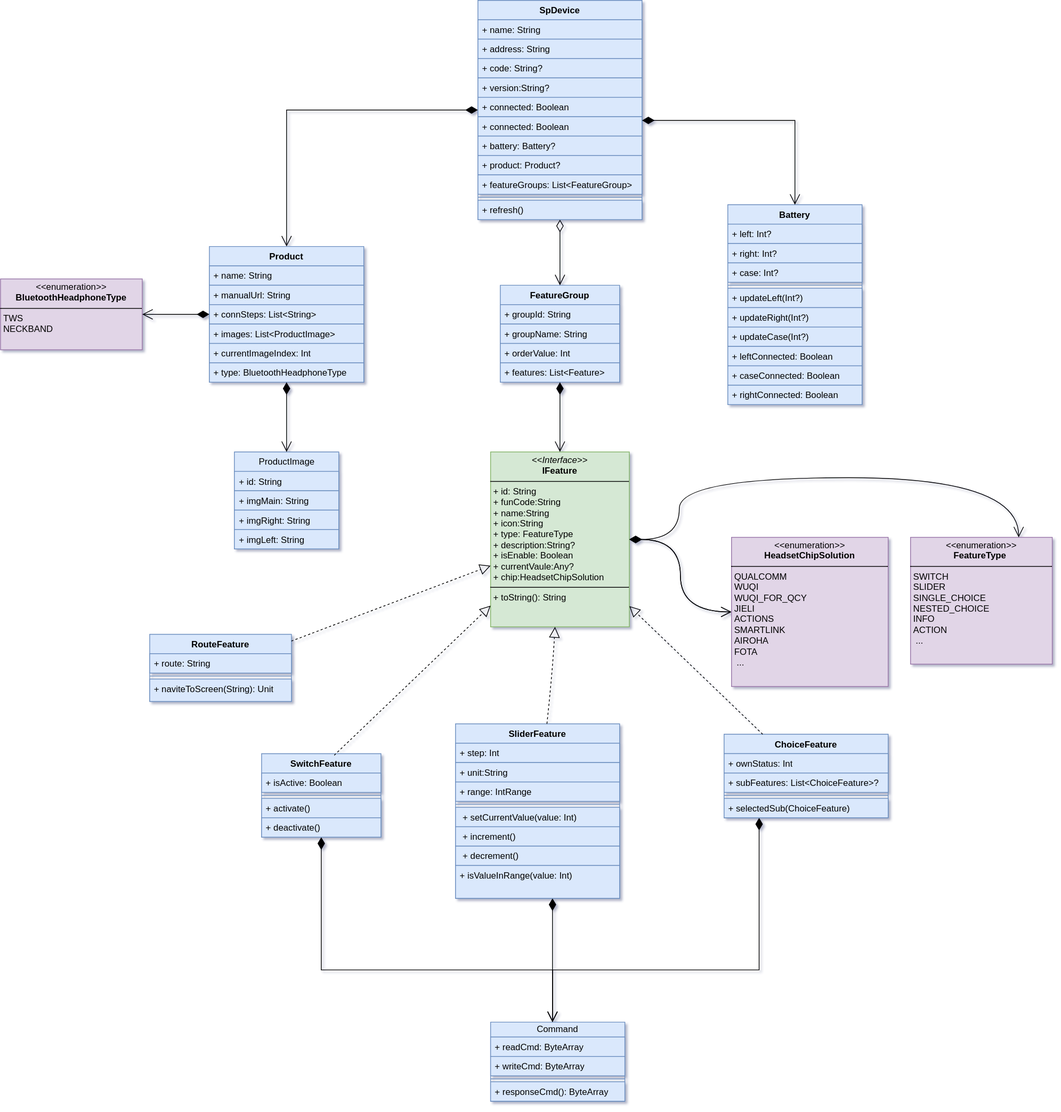
This is sp-device.drawio.svg from kekemao00/draw-libs, a draw.io export, as it was before one commit. Source tidied: cells renumbered, new cells last; positions are measured from the earlier drawing's top-left corner, leaving out a move shared by most shapes.
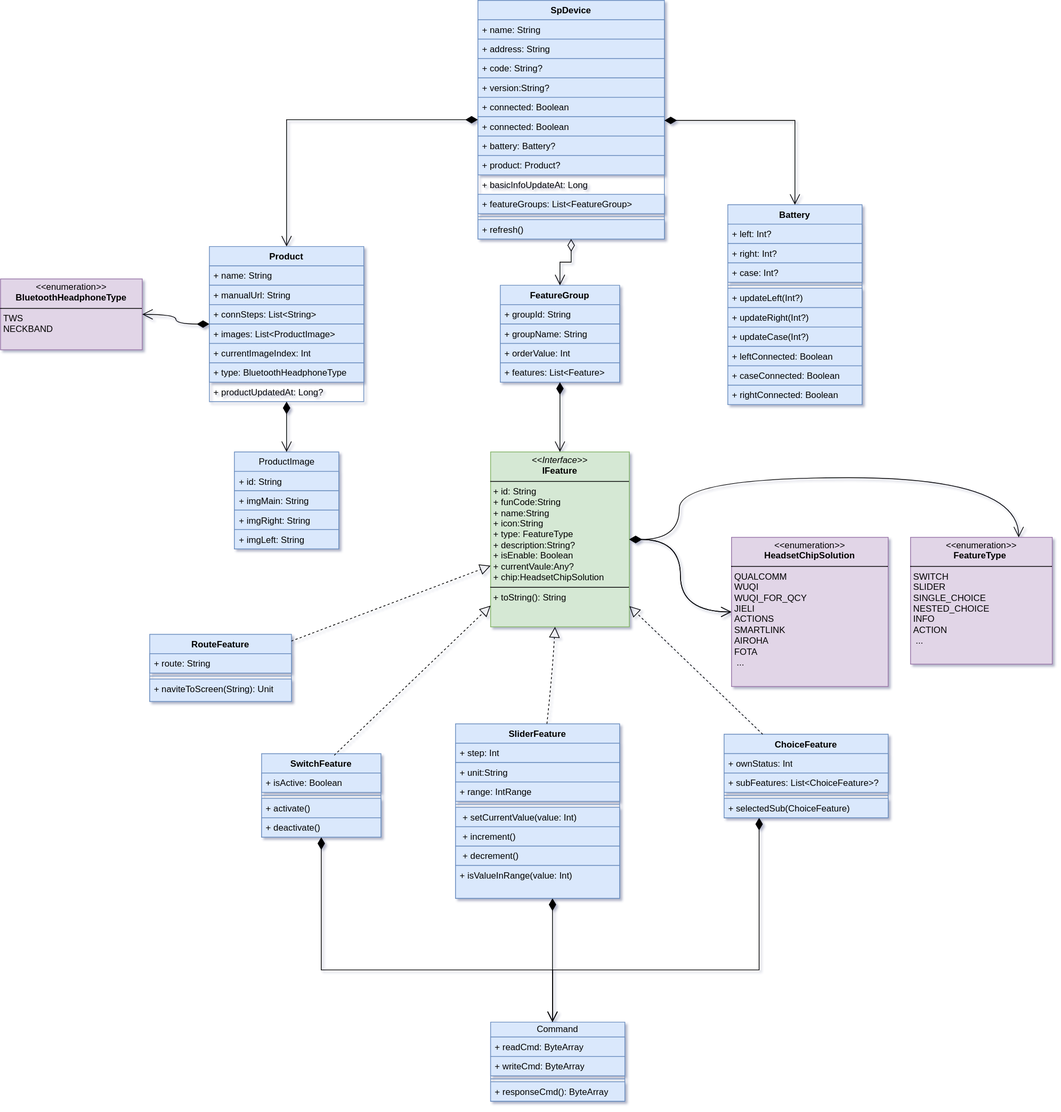
Later version of the same file.

Change to the diagram source:
```diff
@@ -3,40 +3,43 @@
     <mxCell id="0" />
     <mxCell id="1" parent="0" />
     <mxCell id="2" value="SpDevice" style="swimlane;fontStyle=1;align=center;verticalAlign=top;horizontal=1;startSize=26;whiteSpace=wrap;html=1;labelBackgroundColor=none;rounded=0;fillColor=#dae8fc;strokeColor=#6c8ebf;" parent="1" vertex="1">
-      <mxGeometry x="640" width="220" height="294" as="geometry" />
+      <mxGeometry x="640" width="250" height="320" as="geometry" />
     </mxCell>
     <mxCell id="3" value="+ name: String" style="text;align=left;verticalAlign=top;spacingLeft=4;spacingRight=4;overflow=hidden;whiteSpace=wrap;html=1;labelBackgroundColor=none;rounded=0;fillColor=#dae8fc;strokeColor=#6c8ebf;" parent="2" vertex="1">
-      <mxGeometry y="26" width="220" height="26" as="geometry" />
+      <mxGeometry y="26" width="250" height="26" as="geometry" />
     </mxCell>
     <mxCell id="4" value="+ address: String" style="text;align=left;verticalAlign=top;spacingLeft=4;spacingRight=4;overflow=hidden;whiteSpace=wrap;html=1;labelBackgroundColor=none;rounded=0;fillColor=#dae8fc;strokeColor=#6c8ebf;" parent="2" vertex="1">
-      <mxGeometry y="52" width="220" height="26" as="geometry" />
+      <mxGeometry y="52" width="250" height="26" as="geometry" />
     </mxCell>
     <mxCell id="5" value="+ code: String?" style="text;align=left;verticalAlign=top;spacingLeft=4;spacingRight=4;overflow=hidden;whiteSpace=wrap;html=1;labelBackgroundColor=none;rounded=0;fillColor=#dae8fc;strokeColor=#6c8ebf;" parent="2" vertex="1">
-      <mxGeometry y="78" width="220" height="26" as="geometry" />
+      <mxGeometry y="78" width="250" height="26" as="geometry" />
     </mxCell>
     <mxCell id="6" value="+ version:String?" style="text;align=left;verticalAlign=top;spacingLeft=4;spacingRight=4;overflow=hidden;whiteSpace=wrap;html=1;labelBackgroundColor=none;rounded=0;fillColor=#dae8fc;strokeColor=#6c8ebf;" parent="2" vertex="1">
-      <mxGeometry y="104" width="220" height="26" as="geometry" />
+      <mxGeometry y="104" width="250" height="26" as="geometry" />
     </mxCell>
     <mxCell id="7" value="+ connected: Boolean" style="text;align=left;verticalAlign=top;spacingLeft=4;spacingRight=4;overflow=hidden;whiteSpace=wrap;html=1;labelBackgroundColor=none;rounded=0;fillColor=#dae8fc;strokeColor=#6c8ebf;" parent="2" vertex="1">
-      <mxGeometry y="130" width="220" height="26" as="geometry" />
+      <mxGeometry y="130" width="250" height="26" as="geometry" />
     </mxCell>
     <mxCell id="8" value="+ connected: Boolean" style="text;align=left;verticalAlign=top;spacingLeft=4;spacingRight=4;overflow=hidden;whiteSpace=wrap;html=1;labelBackgroundColor=none;rounded=0;fillColor=#dae8fc;strokeColor=#6c8ebf;" parent="2" vertex="1">
-      <mxGeometry y="156" width="220" height="26" as="geometry" />
+      <mxGeometry y="156" width="250" height="26" as="geometry" />
     </mxCell>
     <mxCell id="9" value="+ battery: Battery?&lt;div&gt;&lt;br&gt;&lt;/div&gt;" style="text;align=left;verticalAlign=top;spacingLeft=4;spacingRight=4;overflow=hidden;whiteSpace=wrap;html=1;labelBackgroundColor=none;rounded=0;fillColor=#dae8fc;strokeColor=#6c8ebf;" parent="2" vertex="1">
-      <mxGeometry y="182" width="220" height="26" as="geometry" />
+      <mxGeometry y="182" width="250" height="26" as="geometry" />
     </mxCell>
     <mxCell id="10" value="+ product: Product?" style="text;align=left;verticalAlign=top;spacingLeft=4;spacingRight=4;overflow=hidden;whiteSpace=wrap;html=1;labelBackgroundColor=none;rounded=0;fillColor=#dae8fc;strokeColor=#6c8ebf;" parent="2" vertex="1">
-      <mxGeometry y="208" width="220" height="26" as="geometry" />
+      <mxGeometry y="208" width="250" height="26" as="geometry" />
     </mxCell>
+    <mxCell id="90" value="+&amp;nbsp;basicInfoUpdateAt&lt;span style=&quot;background-color: transparent; color: light-dark(rgb(0, 0, 0), rgb(255, 255, 255));&quot;&gt;: Long&lt;/span&gt;" style="text;strokeColor=none;fillColor=none;align=left;verticalAlign=top;spacingLeft=4;spacingRight=4;overflow=hidden;whiteSpace=wrap;html=1;" parent="2" vertex="1">
+      <mxGeometry y="234" width="250" height="26" as="geometry" />
+    </mxCell>
     <mxCell id="11" value="+ featureGroups: List&amp;lt;FeatureGroup&amp;gt;" style="text;strokeColor=#6c8ebf;fillColor=#dae8fc;align=left;verticalAlign=top;spacingLeft=4;spacingRight=4;overflow=hidden;whiteSpace=wrap;html=1;" parent="2" vertex="1">
-      <mxGeometry y="234" width="220" height="26" as="geometry" />
+      <mxGeometry y="260" width="250" height="26" as="geometry" />
     </mxCell>
     <mxCell id="12" style="line;strokeWidth=1;align=left;verticalAlign=middle;spacingTop=-1;spacingLeft=3;spacingRight=3;labelPosition=right;labelBackgroundColor=none;rounded=0;fillColor=#dae8fc;strokeColor=#6c8ebf;" parent="2" vertex="1">
-      <mxGeometry y="260" width="220" height="8" as="geometry" />
+      <mxGeometry y="286" width="250" height="8" as="geometry" />
     </mxCell>
     <mxCell id="13" value="+ refresh()" style="text;align=left;verticalAlign=top;spacingLeft=4;spacingRight=4;overflow=hidden;whiteSpace=wrap;html=1;labelBackgroundColor=none;rounded=0;fillColor=#dae8fc;strokeColor=#6c8ebf;" parent="2" vertex="1">
-      <mxGeometry y="268" width="220" height="26" as="geometry" />
+      <mxGeometry y="294" width="250" height="26" as="geometry" />
     </mxCell>
     <mxCell id="14" value="Battery" style="swimlane;fontStyle=1;align=center;verticalAlign=top;horizontal=1;startSize=26;whiteSpace=wrap;html=1;labelBackgroundColor=none;rounded=0;fillColor=#dae8fc;strokeColor=#6c8ebf;" parent="1" vertex="1">
       <mxGeometry x="975" y="274" width="180" height="268" as="geometry" />
@@ -72,7 +75,7 @@
       <mxGeometry y="242" width="180" height="26" as="geometry" />
     </mxCell>
     <mxCell id="25" value="Product" style="swimlane;fontStyle=1;align=center;verticalAlign=top;horizontal=1;startSize=26;whiteSpace=wrap;html=1;labelBackgroundColor=none;rounded=0;fillColor=#dae8fc;strokeColor=#6c8ebf;" parent="1" vertex="1">
-      <mxGeometry x="280" y="330" width="207" height="182" as="geometry" />
+      <mxGeometry x="280" y="330" width="207" height="208" as="geometry" />
     </mxCell>
     <mxCell id="26" value="+ name: String" style="text;strokeColor=#6c8ebf;fillColor=#dae8fc;align=left;verticalAlign=top;spacingLeft=4;spacingRight=4;overflow=hidden;whiteSpace=wrap;html=1;labelBackgroundColor=none;rounded=0;" parent="25" vertex="1">
       <mxGeometry y="26" width="207" height="26" as="geometry" />
@@ -92,6 +95,9 @@
     <mxCell id="31" value="+ type:&amp;nbsp;&lt;span style=&quot;text-align: center;&quot;&gt;BluetoothHeadphoneType&lt;/span&gt;" style="text;strokeColor=#6c8ebf;fillColor=#dae8fc;align=left;verticalAlign=top;spacingLeft=4;spacingRight=4;overflow=hidden;whiteSpace=wrap;html=1;" parent="25" vertex="1">
       <mxGeometry y="156" width="207" height="26" as="geometry" />
     </mxCell>
+    <mxCell id="91" value="+ productUpdatedAt: Long?" style="text;strokeColor=none;fillColor=none;align=left;verticalAlign=top;spacingLeft=4;spacingRight=4;overflow=hidden;whiteSpace=wrap;html=1;" parent="25" vertex="1">
+      <mxGeometry y="182" width="207" height="26" as="geometry" />
+    </mxCell>
     <mxCell id="32" value="ProductImage" style="swimlane;fontStyle=0;horizontal=1;startSize=26;fillColor=#dae8fc;whiteSpace=wrap;html=1;strokeColor=#6c8ebf;" parent="1" vertex="1">
       <mxGeometry x="313.5" y="605.5" width="140" height="130" as="geometry" />
     </mxCell>
```
